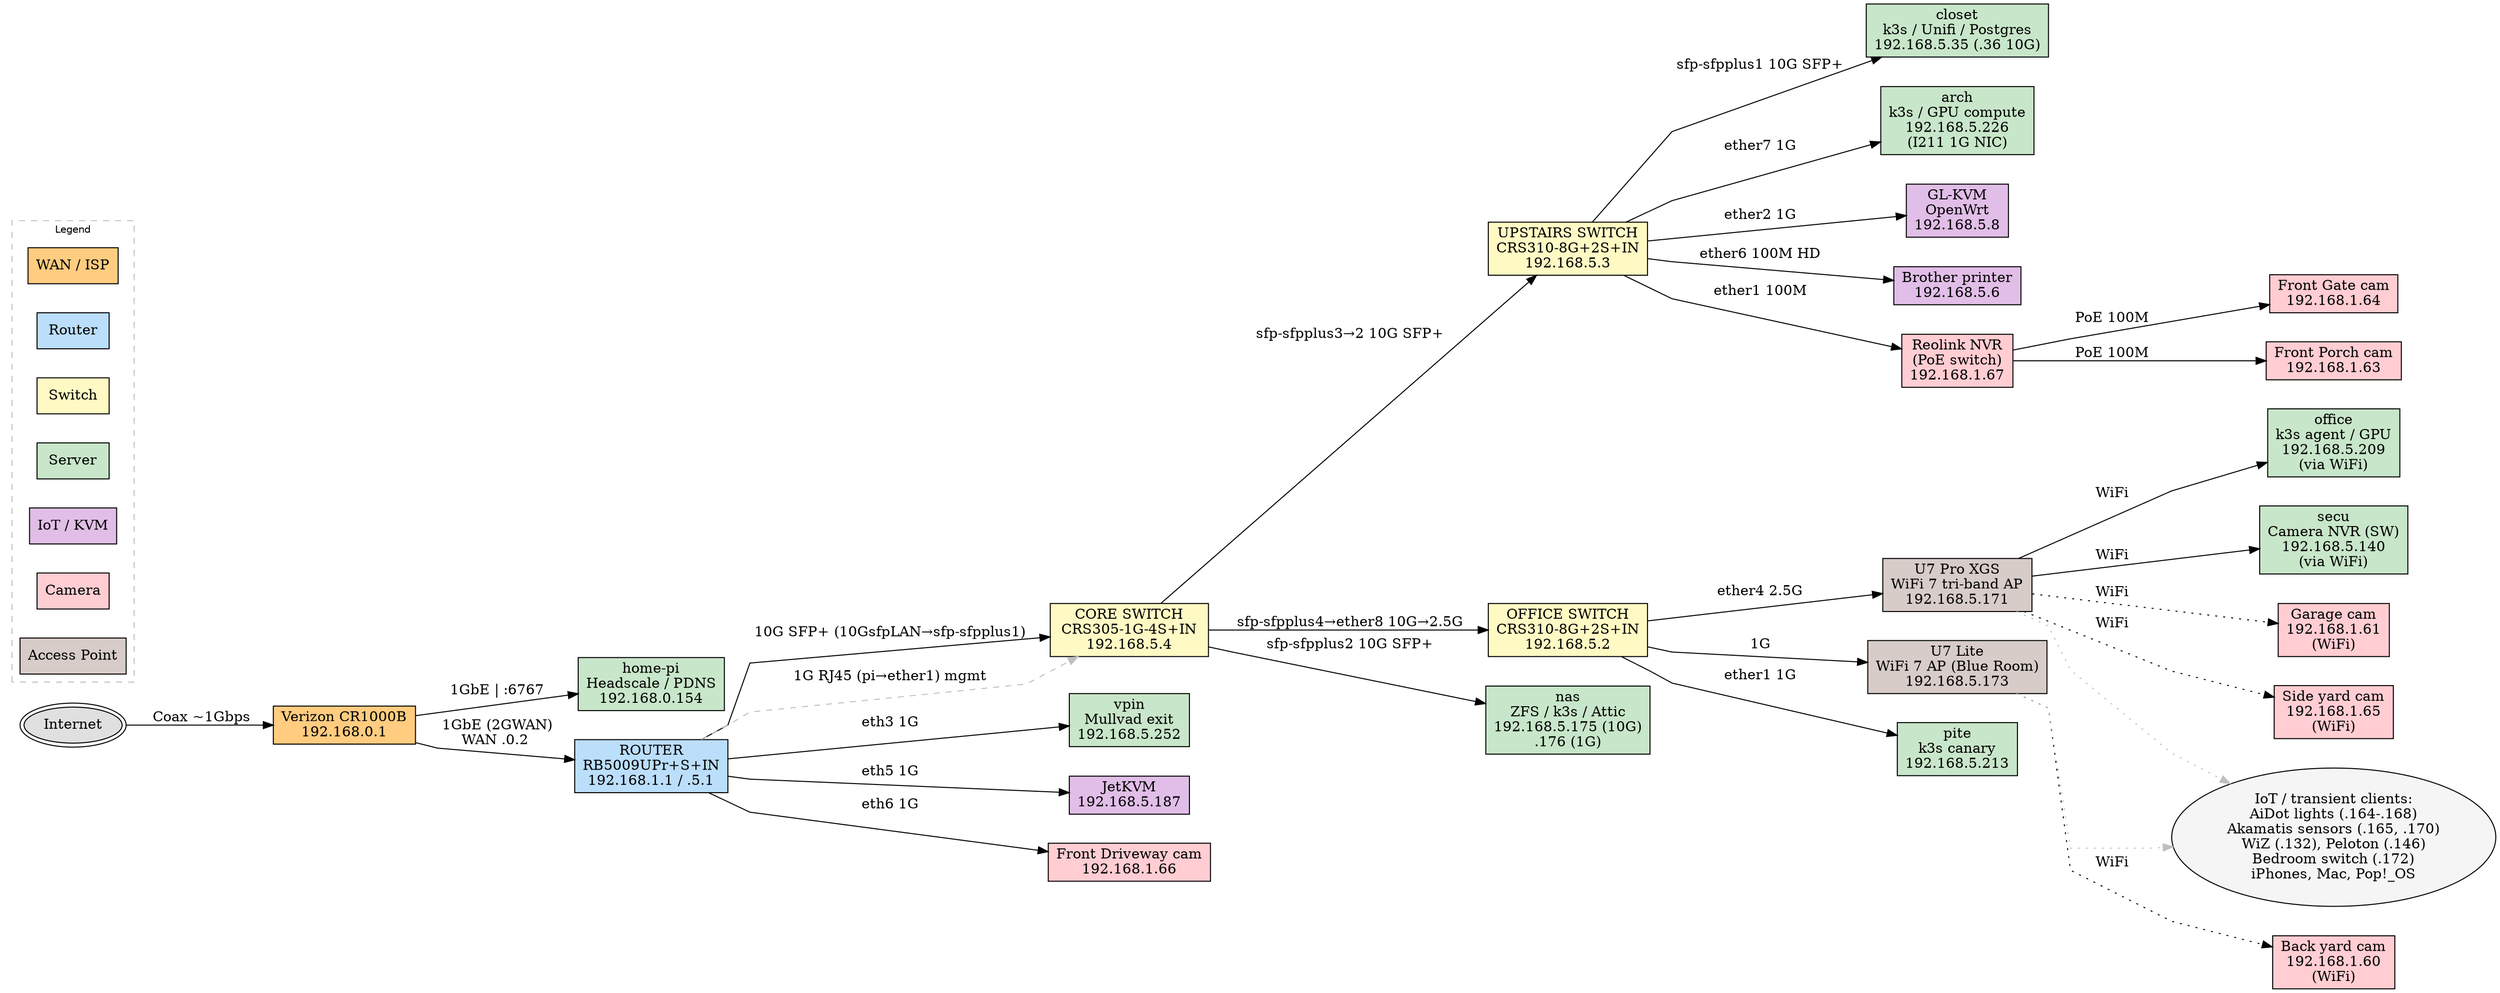
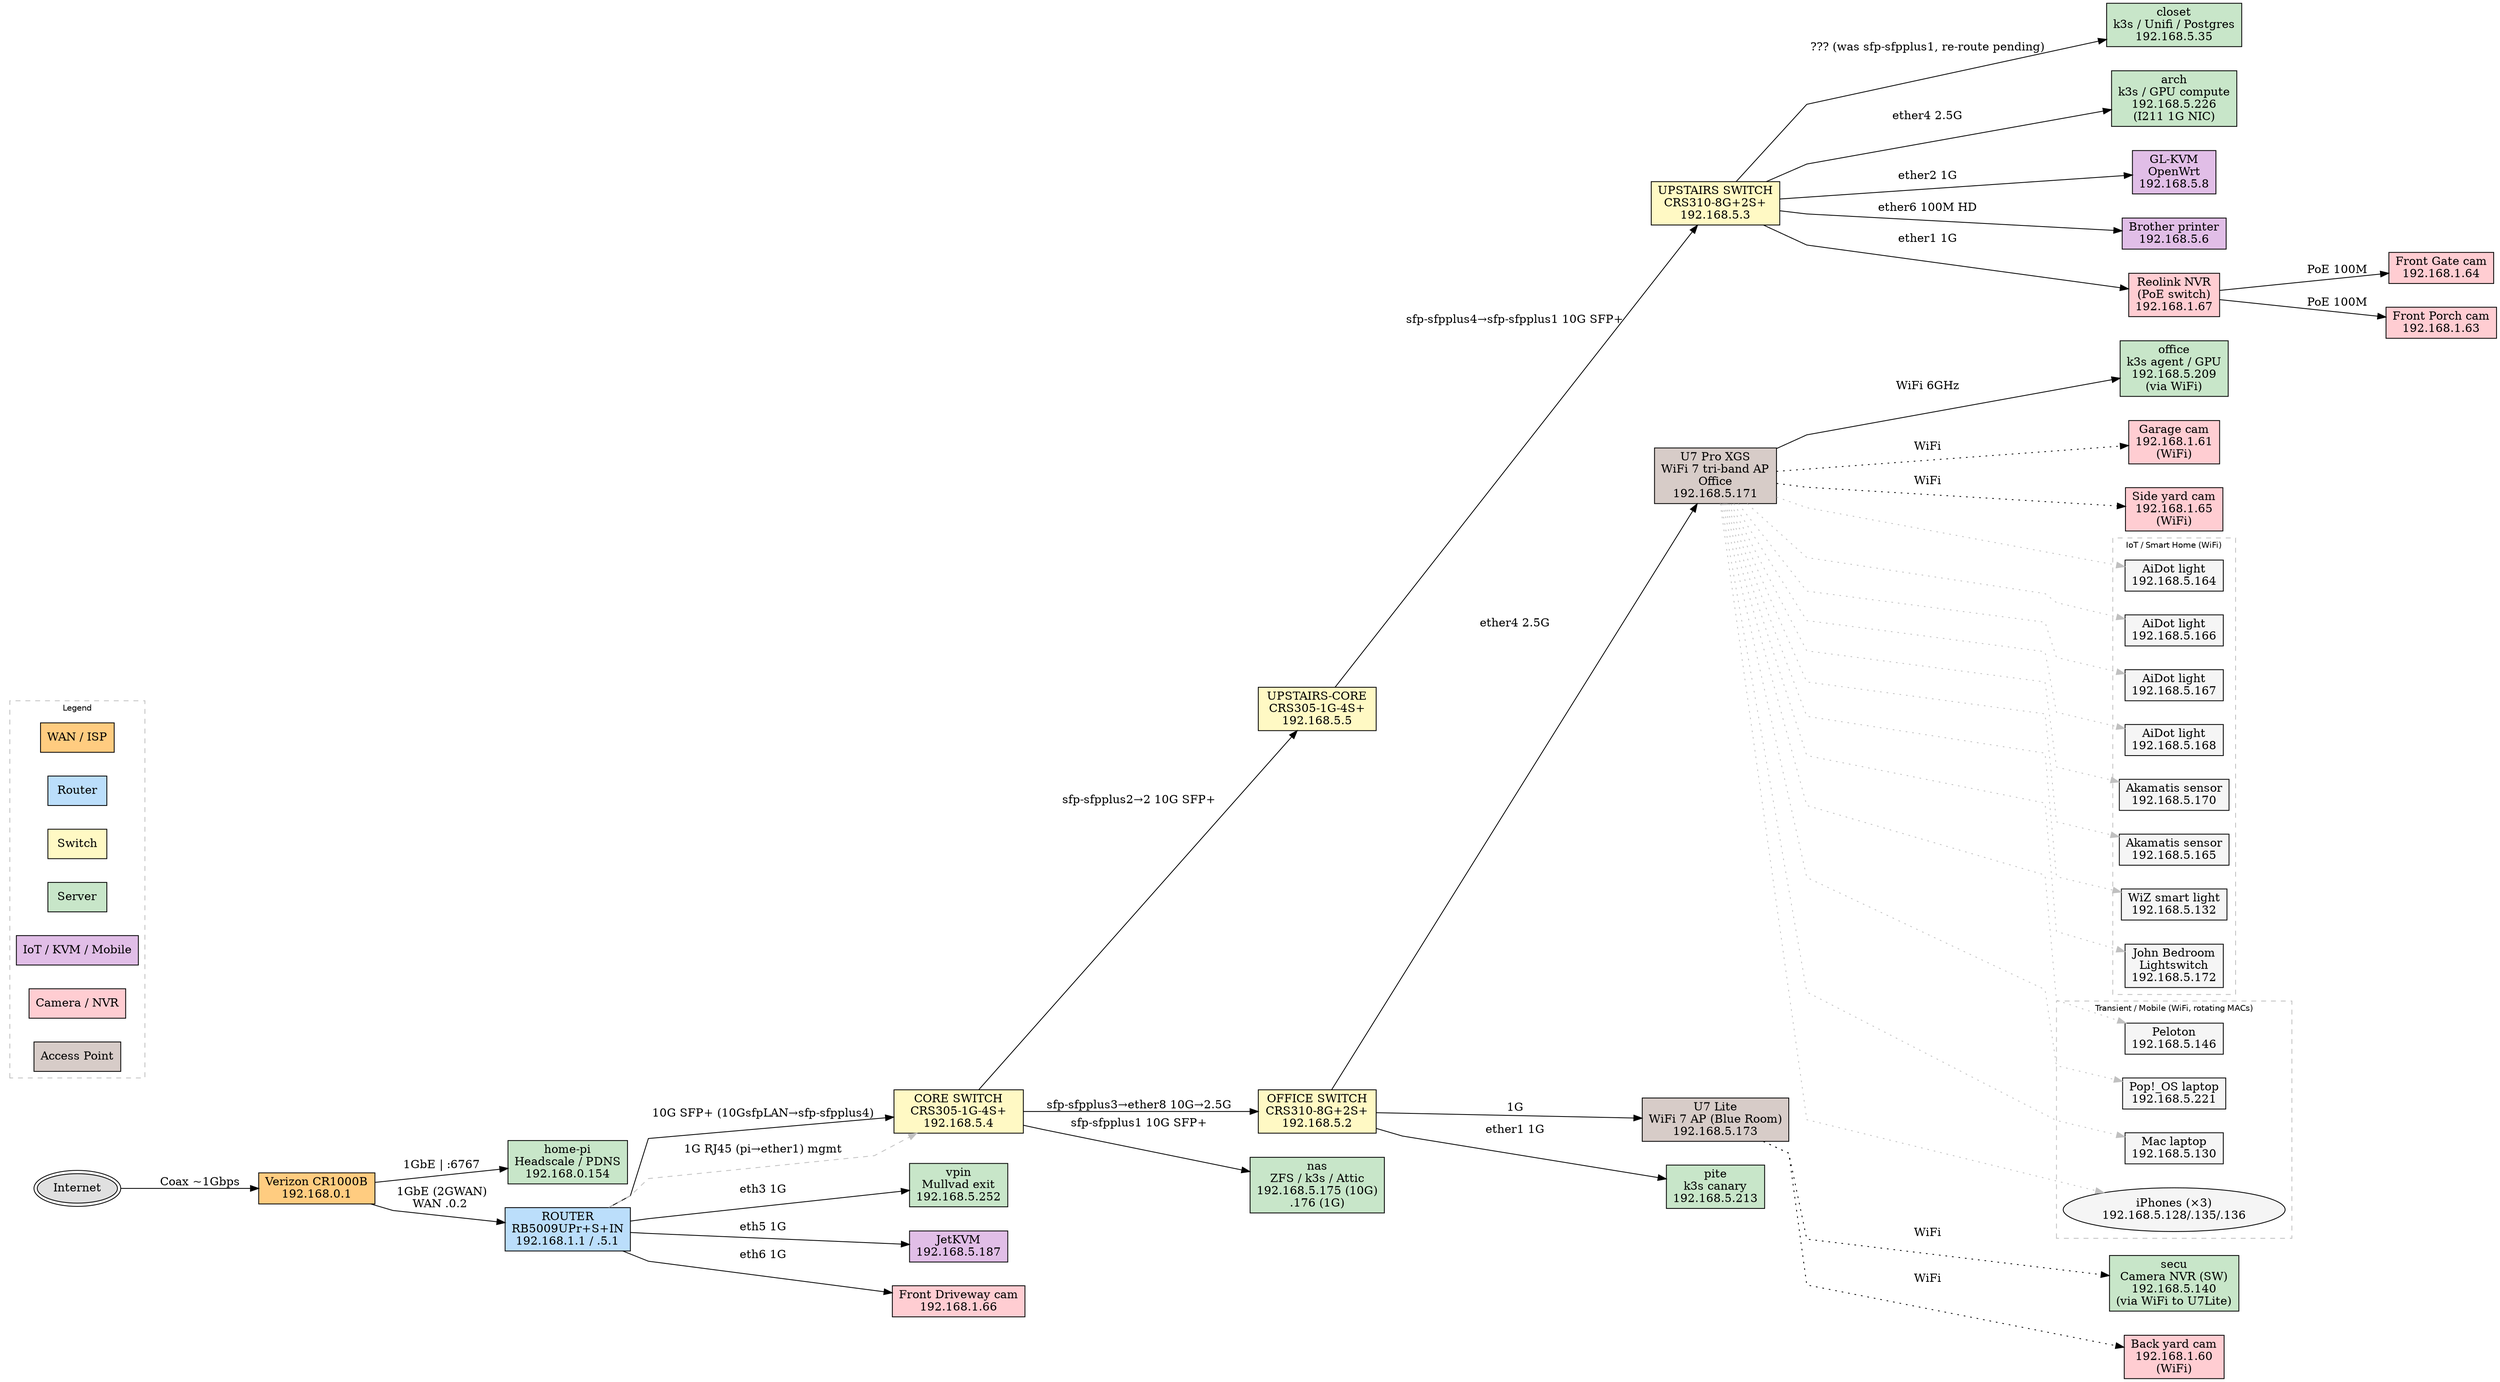
digraph G {
    rankdir=LR
    splines=polyline
    nodesep=0.4
    ranksep=0.6
    bgcolor=white
    fontname="Helvetica"

    // ── Internet / WAN ──
    internet [shape=ellipse, label="Internet", fillcolor="#e0e0e0", style=filled, peripheries=2]
    verizon  [shape=box, label="Verizon CR1000B\n192.168.0.1", fillcolor="#ffcc80", style=filled]
    homepi   [shape=box, label="home-pi\nHeadscale / PDNS\n192.168.0.154", fillcolor="#c8e6c9", style=filled]

    internet -> verizon [label=" Coax ~1Gbps"]
    verizon -> homepi   [label=" 1GbE | :6767"]

    // ── Router ──
    router [shape=box, label="ROUTER\nRB5009UPr+S+IN\n192.168.1.1 / .5.1", fillcolor="#bbdefb", style=filled, width=2.0]

    verizon -> router [label=" 1GbE (2GWAN)\nWAN .0.2"]

    // ── Core Switch ──
-     core [shape=box, label="CORE SWITCH\nCRS305-1G-4S+IN\n192.168.5.4", fillcolor="#fff9c4", style=filled, width=2.2]
+     core [shape=box, label="CORE SWITCH\nCRS305-1G-4S+\n192.168.5.4", fillcolor="#fff9c4", style=filled, width=2.2]

-     router -> core [label=" 10G SFP+ (10GsfpLAN→sfp-sfpplus1)"]
+     router -> core [label=" 10G SFP+ (10GsfpLAN→sfp-sfpplus4)"]
    router -> core [label=" 1G RJ45 (pi→ether1) mgmt", style=dashed, color=gray, weight=0]

    // ── Router direct ports ──
    vpin        [shape=box, label="vpin\nMullvad exit\n192.168.5.252", fillcolor="#c8e6c9", style=filled]
    jetkvm      [shape=box, label="JetKVM\n192.168.5.187", fillcolor="#e1bee7", style=filled]
    cam_driveway [shape=box, label="Front Driveway cam\n192.168.1.66", fillcolor="#ffcdd2", style=filled]

    router -> vpin         [label=" eth3 1G"]
    router -> jetkvm       [label=" eth5 1G"]
    router -> cam_driveway [label=" eth6 1G"]

    // ── Switches ──
-     upstairs [shape=box, label="UPSTAIRS SWITCH\nCRS310-8G+2S+IN\n192.168.5.3", fillcolor="#fff9c4", style=filled, width=2.0]
-     office   [shape=box, label="OFFICE SWITCH\nCRS310-8G+2S+IN\n192.168.5.2", fillcolor="#fff9c4", style=filled, width=2.0]
+     upstairs_core [shape=box, label="UPSTAIRS-CORE\nCRS305-1G-4S+\n192.168.5.5", fillcolor="#fff9c4", style=filled, width=2.0]
+     upstairs [shape=box, label="UPSTAIRS SWITCH\nCRS310-8G+2S+\n192.168.5.3", fillcolor="#fff9c4", style=filled, width=2.0]
+     office   [shape=box, label="OFFICE SWITCH\nCRS310-8G+2S+\n192.168.5.2", fillcolor="#fff9c4", style=filled, width=2.0]

-     core -> upstairs [label=" sfp-sfpplus3→2 10G SFP+"]
-     core -> office   [label=" sfp-sfpplus4→ether8 10G→2.5G"]
+     core -> upstairs_core [label=" sfp-sfpplus2→2 10G SFP+"]
+     upstairs_core -> upstairs [label=" sfp-sfpplus4→sfp-sfpplus1 10G SFP+"]
+ 

    // ── NAS (direct on core) ──
    nas [shape=box, label="nas\nZFS / k3s / Attic\n192.168.5.175 (10G)\n.176 (1G)", fillcolor="#c8e6c9", style=filled]

-     core -> nas [label=" sfp-sfpplus2 10G SFP+"]
+     core -> nas [label=" sfp-sfpplus1 10G SFP+"]
+ 
+     // ── Core → Office ──
+     core -> office [label=" sfp-sfpplus3→ether8 10G→2.5G"]

    // ── Upstairs wired devices ──
-     closet  [shape=box, label="closet\nk3s / Unifi / Postgres\n192.168.5.35 (.36 10G)", fillcolor="#c8e6c9", style=filled]
+     closet  [shape=box, label="closet\nk3s / Unifi / Postgres\n192.168.5.35", fillcolor="#c8e6c9", style=filled]
    arch    [shape=box, label="arch\nk3s / GPU compute\n192.168.5.226\n(I211 1G NIC)", fillcolor="#c8e6c9", style=filled]
    glkvm   [shape=box, label="GL-KVM\nOpenWrt\n192.168.5.8", fillcolor="#e1bee7", style=filled]
    brother [shape=box, label="Brother printer\n192.168.5.6", fillcolor="#e1bee7", style=filled]

-     upstairs -> closet  [label=" sfp-sfpplus1 10G SFP+"]
-     upstairs -> arch    [label=" ether7 1G"]
+     upstairs -> closet  [label=" ??? (was sfp-sfpplus1, re-route pending)"]
+     upstairs -> arch    [label=" ether4 2.5G"]
    upstairs -> glkvm   [label=" ether2 1G"]
    upstairs -> brother [label=" ether6 100M HD"]

    // ── NVR + wired cameras (NVR acts as PoE switch) ──
    nvr       [shape=box, label="Reolink NVR\n(PoE switch)\n192.168.1.67", fillcolor="#ffcdd2", style=filled]
    cam_gate  [shape=box, label="Front Gate cam\n192.168.1.64", fillcolor="#ffcdd2", style=filled]
    cam_porch [shape=box, label="Front Porch cam\n192.168.1.63", fillcolor="#ffcdd2", style=filled]
+     secu      [shape=box, label="secu\nCamera NVR (SW)\n192.168.5.140\n(via WiFi to U7Lite)", fillcolor="#c8e6c9", style=filled]

-     upstairs -> nvr      [label=" ether1 100M"]
+     upstairs -> nvr      [label=" ether1 1G"]
    nvr      -> cam_gate  [label=" PoE 100M"]
    nvr      -> cam_porch [label=" PoE 100M"]

-     // ── Office: APs wired, workstation on WiFi ──
-     u7proxgs [shape=box, label="U7 Pro XGS\nWiFi 7 tri-band AP\n192.168.5.171", fillcolor="#d7ccc8", style=filled]
+     // ── Office: APs wired ──
+     u7proxgs [shape=box, label="U7 Pro XGS\nWiFi 7 tri-band AP\nOffice\n192.168.5.171", fillcolor="#d7ccc8", style=filled]
    u7lite   [shape=box, label="U7 Lite\nWiFi 7 AP (Blue Room)\n192.168.5.173", fillcolor="#d7ccc8", style=filled]

    office -> u7proxgs [label=" ether4 2.5G"]
    office -> u7lite   [label=" 1G"]

    // ── WiFi clients ──
-     officepc [shape=box, label="office\nk3s agent / GPU\n192.168.5.209\n(via WiFi)", fillcolor="#c8e6c9", style=filled]
-     secu     [shape=box, label="secu\nCamera NVR (SW)\n192.168.5.140\n(via WiFi)", fillcolor="#c8e6c9", style=filled]
-     cam_back  [shape=box, label="Back yard cam\n192.168.1.60\n(WiFi)", fillcolor="#ffcdd2", style=filled]
+     officepc   [shape=box, label="office\nk3s agent / GPU\n192.168.5.209\n(via WiFi)", fillcolor="#c8e6c9", style=filled]
+     cam_back   [shape=box, label="Back yard cam\n192.168.1.60\n(WiFi)", fillcolor="#ffcdd2", style=filled]
    cam_garage [shape=box, label="Garage cam\n192.168.1.61\n(WiFi)", fillcolor="#ffcdd2", style=filled]
-     cam_side  [shape=box, label="Side yard cam\n192.168.1.65\n(WiFi)", fillcolor="#ffcdd2", style=filled]
+     cam_side   [shape=box, label="Side yard cam\n192.168.1.65\n(WiFi)", fillcolor="#ffcdd2", style=filled]

-     u7proxgs -> officepc   [label=" WiFi"]
-     u7proxgs -> secu       [label=" WiFi"]
+     u7proxgs -> officepc   [label=" WiFi 6GHz"]
    u7proxgs -> cam_garage [label=" WiFi", style=dotted]
    u7proxgs -> cam_side   [label=" WiFi", style=dotted]
    u7lite   -> cam_back   [label=" WiFi", style=dotted]
+     u7lite   -> secu       [label=" WiFi", style=dotted]

-     // ── IoT / transient clients ──
-     iot [shape=ellipse, label="IoT / transient clients:\nAiDot lights (.164-.168)\nAkamatis sensors (.165, .170)\nWiZ (.132), Peloton (.146)\nBedroom switch (.172)\niPhones, Mac, Pop!_OS", fillcolor="#f5f5f5", style=filled]
+     // ── IoT WiFi devices (all on U7 Pro XGS) ──
+     subgraph cluster_iot {
+         label="IoT / Smart Home (WiFi)"
+         style=dashed
+         color=gray
+         fontsize=10
+         iot_aidot1  [shape=box, label="AiDot light\n192.168.5.164", fillcolor="#f5f5f5", style=filled, width=1.5]
+         iot_aidot2  [shape=box, label="AiDot light\n192.168.5.166", fillcolor="#f5f5f5", style=filled, width=1.5]
+         iot_aidot3  [shape=box, label="AiDot light\n192.168.5.167", fillcolor="#f5f5f5", style=filled, width=1.5]
+         iot_aidot4  [shape=box, label="AiDot light\n192.168.5.168", fillcolor="#f5f5f5", style=filled, width=1.5]
+         iot_akam1   [shape=box, label="Akamatis sensor\n192.168.5.170", fillcolor="#f5f5f5", style=filled, width=1.5]
+         iot_akam2   [shape=box, label="Akamatis sensor\n192.168.5.165", fillcolor="#f5f5f5", style=filled, width=1.5]
+         iot_wiz     [shape=box, label="WiZ smart light\n192.168.5.132", fillcolor="#f5f5f5", style=filled, width=1.5]
+         iot_switch  [shape=box, label="John Bedroom\nLightswitch\n192.168.5.172", fillcolor="#f5f5f5", style=filled, width=1.5]
+     }
+     u7proxgs -> iot_aidot1  [style=dotted, color=gray, weight=0]
+     u7proxgs -> iot_aidot2  [style=dotted, color=gray, weight=0]
+     u7proxgs -> iot_aidot3  [style=dotted, color=gray, weight=0]
+     u7proxgs -> iot_aidot4  [style=dotted, color=gray, weight=0]
+     u7proxgs -> iot_akam1   [style=dotted, color=gray, weight=0]
+     u7proxgs -> iot_akam2   [style=dotted, color=gray, weight=0]
+     u7proxgs -> iot_wiz     [style=dotted, color=gray, weight=0]
+     u7proxgs -> iot_switch  [style=dotted, color=gray, weight=0]

-     u7proxgs -> iot [style=dotted, color=gray, weight=0]
-     u7lite   -> iot [style=dotted, color=gray, weight=0]
+     // ── Transient WiFi clients ──
+     subgraph cluster_transient {
+         label="Transient / Mobile (WiFi, rotating MACs)"
+         style=dashed
+         color=gray
+         fontsize=10
+         peloton   [shape=box, label="Peloton\n192.168.5.146", fillcolor="#f5f5f5", style=filled, width=1.5]
+         pop_os    [shape=box, label="Pop!_OS laptop\n192.168.5.221", fillcolor="#f5f5f5", style=filled, width=1.5]
+         macbook   [shape=box, label="Mac laptop\n192.168.5.130", fillcolor="#f5f5f5", style=filled, width=1.5]
+         iphones   [shape=ellipse, label="iPhones (×3)\n192.168.5.128/.135/.136", fillcolor="#f5f5f5", style=filled]
+     }
+     u7proxgs -> peloton [style=dotted, color=gray, weight=0]
+     u7proxgs -> pop_os  [style=dotted, color=gray, weight=0]
+     u7proxgs -> macbook [style=dotted, color=gray, weight=0]
+     u7proxgs -> iphones [style=dotted, color=gray, weight=0]

    // ── pite (wired via office switch) ──
    pite [shape=box, label="pite\nk3s canary\n192.168.5.213", fillcolor="#c8e6c9", style=filled]

    office -> pite [label=" ether1 1G"]

    // ── Legend ──
    subgraph cluster_legend {
        label="Legend"
        style=dashed
        color=gray
        fontsize=10
        legend_wan     [shape=box, label="WAN / ISP", fillcolor="#ffcc80", style=filled, width=1.0]
        legend_router  [shape=box, label="Router", fillcolor="#bbdefb", style=filled, width=1.0]
        legend_switch  [shape=box, label="Switch", fillcolor="#fff9c4", style=filled, width=1.0]
        legend_server  [shape=box, label="Server", fillcolor="#c8e6c9", style=filled, width=1.0]
-         legend_iot     [shape=box, label="IoT / KVM", fillcolor="#e1bee7", style=filled, width=1.0]
-         legend_cam     [shape=box, label="Camera", fillcolor="#ffcdd2", style=filled, width=1.0]
+         legend_iot     [shape=box, label="IoT / KVM / Mobile", fillcolor="#e1bee7", style=filled, width=1.0]
+         legend_cam     [shape=box, label="Camera / NVR", fillcolor="#ffcdd2", style=filled, width=1.0]
        legend_ap      [shape=box, label="Access Point", fillcolor="#d7ccc8", style=filled, width=1.0]
    }
}
